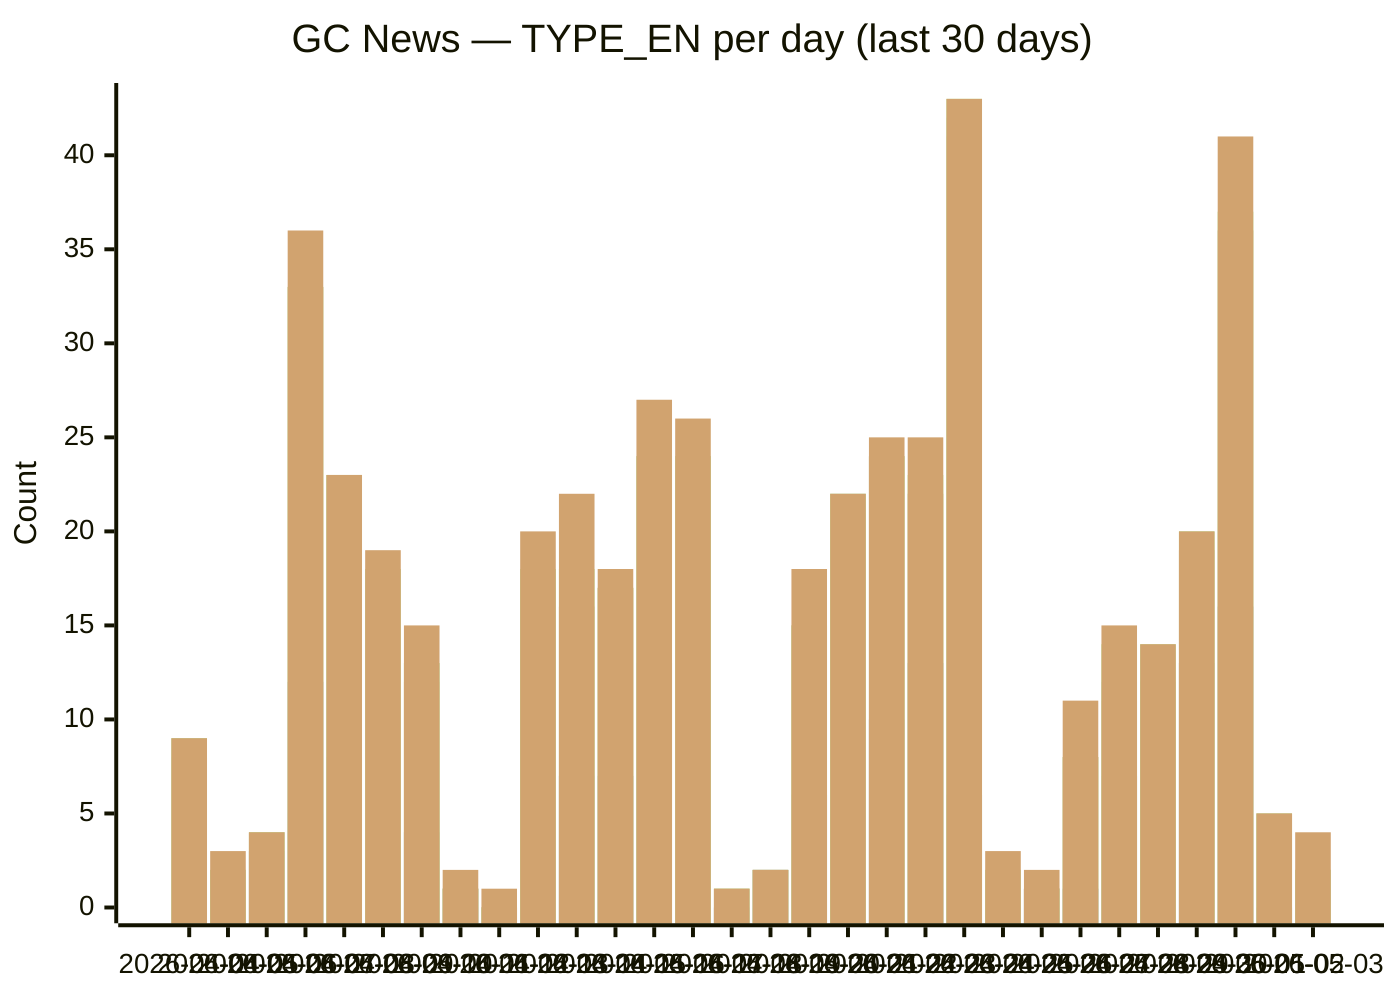
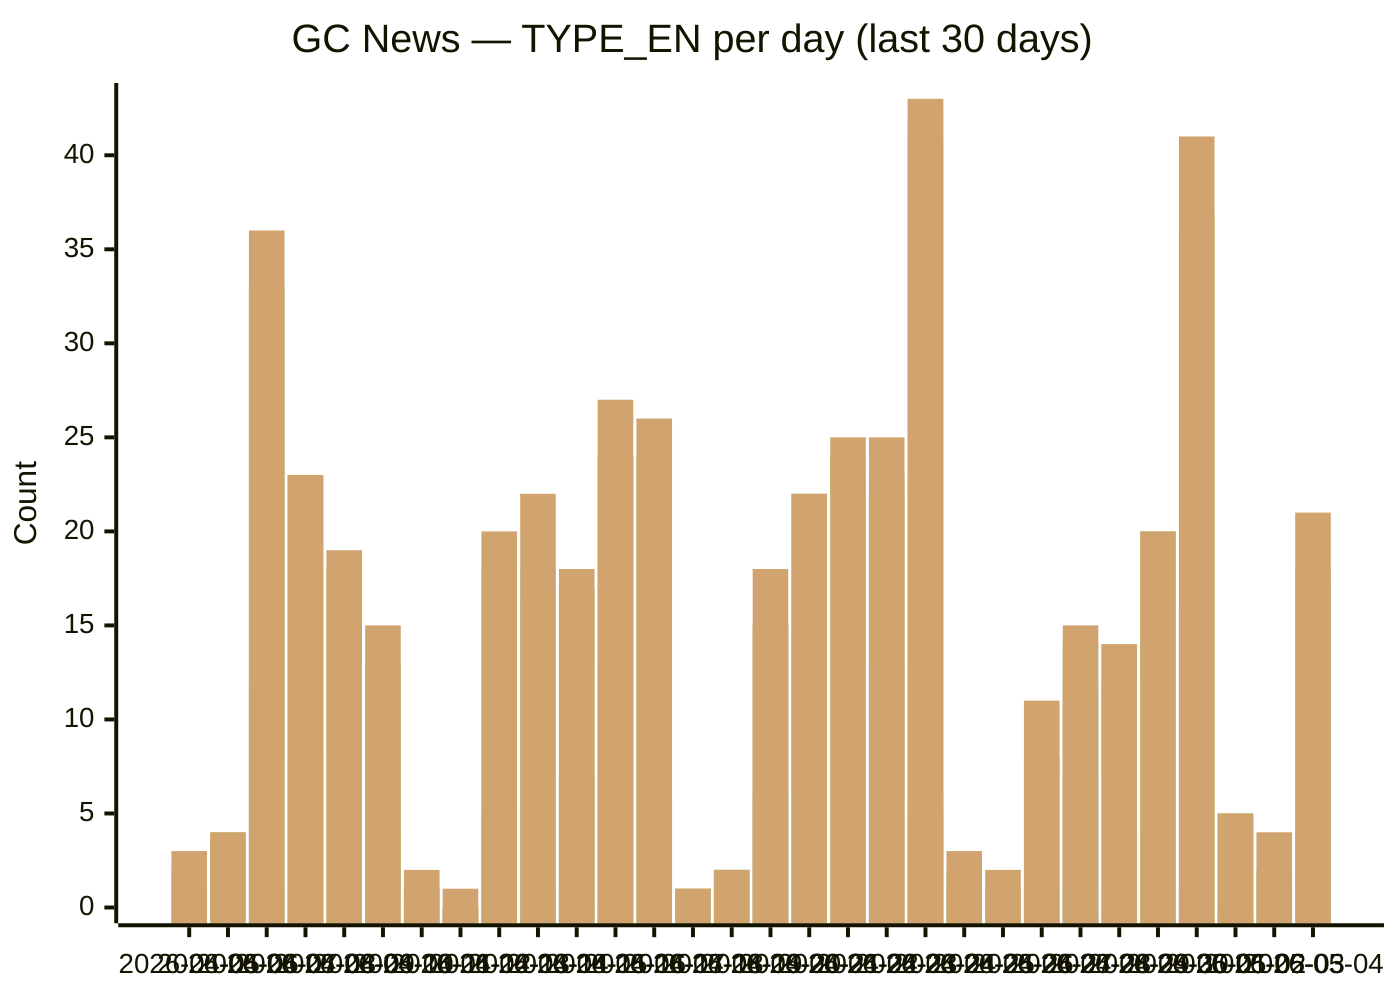
xychart-beta
  title "GC News — TYPE_EN per day (last 30 days)"
-   x-axis [2026-04-04, 2026-04-05, 2026-04-06, 2026-04-07, 2026-04-08, 2026-04-09, 2026-04-10, 2026-04-11, 2026-04-12, 2026-04-13, 2026-04-14, 2026-04-15, 2026-04-16, 2026-04-17, 2026-04-18, 2026-04-19, 2026-04-20, 2026-04-21, 2026-04-22, 2026-04-23, 2026-04-24, 2026-04-25, 2026-04-26, 2026-04-27, 2026-04-28, 2026-04-29, 2026-04-30, 2026-05-01, 2026-05-02, 2026-05-03]
+   x-axis [2026-04-05, 2026-04-06, 2026-04-07, 2026-04-08, 2026-04-09, 2026-04-10, 2026-04-11, 2026-04-12, 2026-04-13, 2026-04-14, 2026-04-15, 2026-04-16, 2026-04-17, 2026-04-18, 2026-04-19, 2026-04-20, 2026-04-21, 2026-04-22, 2026-04-23, 2026-04-24, 2026-04-25, 2026-04-26, 2026-04-27, 2026-04-28, 2026-04-29, 2026-04-30, 2026-05-01, 2026-05-02, 2026-05-03, 2026-05-04]
  y-axis "Count" 0 --> 43
-   bar backgrounders [0, 0, 0, 5, 1, 1, 0, 0, 0, 3, 2, 1, 0, 3, 0, 0, 3, 1, 2, 1, 5, 0, 0, 1, 1, 0, 1, 1, 0, 0]
-   bar "media advisories" [8, 1, 3, 12, 8, 3, 4, 1, 0, 5, 7, 7, 13, 6, 0, 2, 6, 5, 10, 13, 6, 0, 1, 1, 7, 4, 13, 16, 0, 1]
-   bar "news releases" [9, 2, 4, 33, 23, 18, 12, 1, 0, 17, 16, 17, 24, 24, 1, 2, 15, 21, 24, 22, 41, 1, 1, 8, 11, 12, 19, 36, 5, 2]
-   bar readouts [9, 2, 4, 33, 23, 18, 13, 1, 0, 18, 16, 17, 24, 24, 1, 2, 15, 22, 24, 22, 42, 2, 1, 8, 12, 12, 19, 36, 5, 2]
-   bar speeches [9, 2, 4, 33, 23, 18, 13, 1, 0, 18, 18, 17, 24, 24, 1, 2, 15, 22, 24, 23, 43, 2, 1, 8, 14, 14, 20, 37, 5, 2]
-   bar statements [9, 3, 4, 36, 23, 19, 15, 2, 1, 20, 22, 18, 27, 26, 1, 2, 18, 22, 25, 25, 43, 3, 2, 11, 15, 14, 20, 41, 5, 4]
+   bar backgrounders [0, 0, 5, 1, 1, 0, 0, 0, 3, 2, 1, 0, 3, 0, 0, 3, 1, 2, 1, 5, 0, 0, 1, 1, 0, 1, 1, 0, 0, 2]
+   bar "media advisories" [1, 3, 12, 8, 3, 4, 1, 0, 5, 7, 7, 13, 6, 0, 2, 6, 5, 10, 13, 6, 0, 1, 1, 7, 4, 13, 16, 0, 1, 4]
+   bar "news releases" [2, 4, 33, 23, 18, 12, 1, 0, 17, 16, 17, 24, 24, 1, 2, 15, 21, 24, 22, 41, 1, 1, 8, 11, 12, 19, 36, 5, 2, 17]
+   bar readouts [2, 4, 33, 23, 18, 13, 1, 0, 18, 16, 17, 24, 24, 1, 2, 15, 22, 24, 22, 42, 2, 1, 8, 12, 12, 19, 36, 5, 2, 17]
+   bar speeches [2, 4, 33, 23, 18, 13, 1, 0, 18, 18, 17, 24, 24, 1, 2, 15, 22, 24, 23, 43, 2, 1, 8, 14, 14, 20, 37, 5, 2, 18]
+   bar statements [3, 4, 36, 23, 19, 15, 2, 1, 20, 22, 18, 27, 26, 1, 2, 18, 22, 25, 25, 43, 3, 2, 11, 15, 14, 20, 41, 5, 4, 21]
